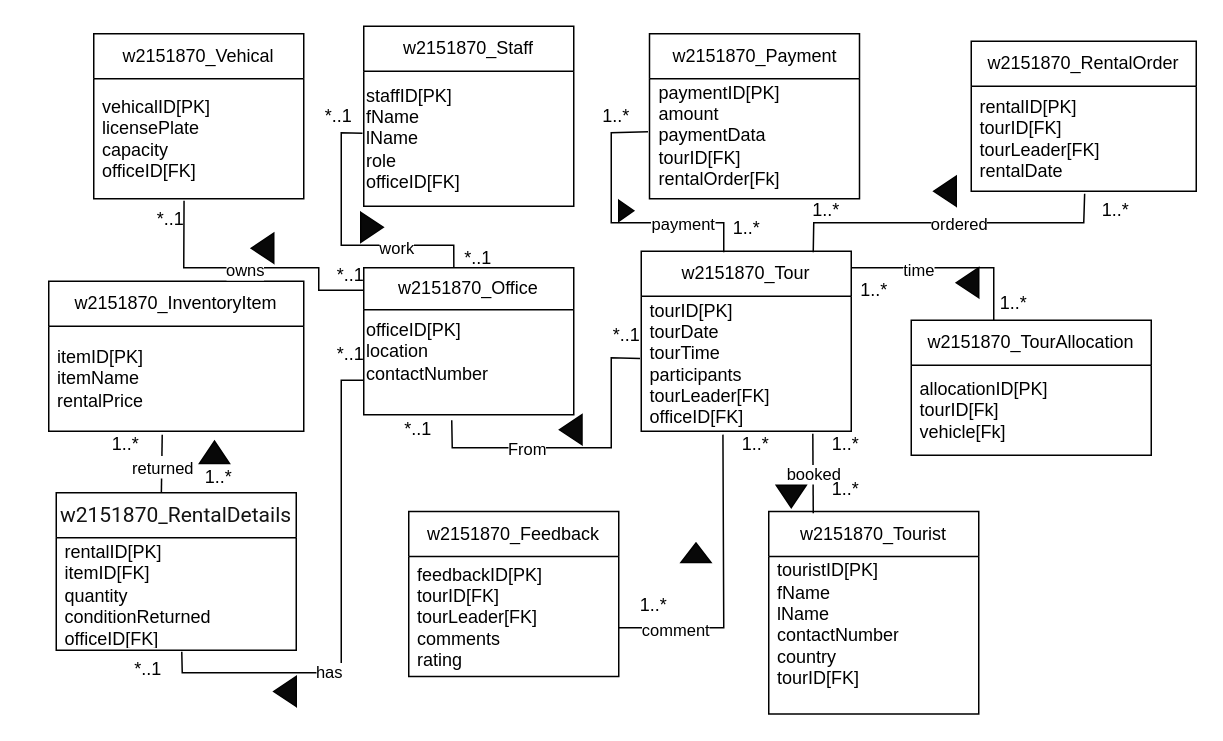
Earlier version of the draw.io diagram Untitled Diagram.drawio (Yoda200512/codes). Source tidied: cells renumbered, new cells numbered last; positions are measured from the earlier drawing's top-left corner, leaving out a move shared by most shapes. Both pictures are drawn from the tidied source at 150%, with x=0, y=0 at pixel (48, 26).
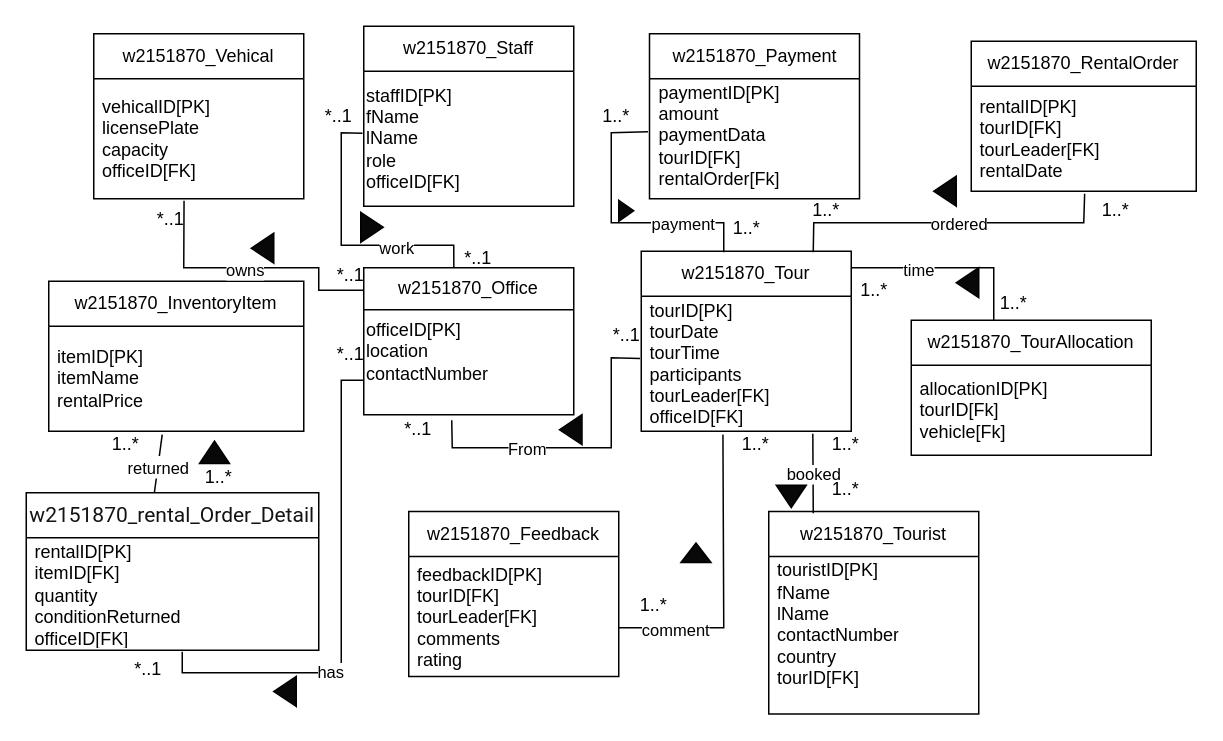
Above is the later version.

Unchanged cells that the change refers to:
```xml
<mxCell id="3" value="officeID[PK]&lt;div&gt;location&lt;/div&gt;&lt;div&gt;contactNumber&lt;/div&gt;&lt;div&gt;&lt;br&gt;&lt;/div&gt;" style="text;html=1;align=left;verticalAlign=middle;points=[];strokeColor=none;fillColor=none;" parent="2" vertex="1">
  <mxGeometry y="28" width="140" height="70" as="geometry" />
</mxCell>
```

What changed in the source:
```diff
@@
-    <mxCell id="20" value="&lt;div style=&quot;text-align: start;&quot;&gt;&lt;font face=&quot;Roboto, Arial, sans-serif&quot; color=&quot;#131313&quot;&gt;&lt;span style=&quot;font-size: 14px; text-wrap-mode: nowrap; background-color: rgb(255, 255, 255);&quot;&gt;w2151870_RentalDetails&lt;/span&gt;&lt;/font&gt;&lt;/div&gt;" style="swimlane;fontStyle=0;horizontal=1;startSize=30;whiteSpace=wrap;html=1;" parent="1" vertex="1">
-      <mxGeometry x="5" y="311" width="160" height="105" as="geometry" />
+    <mxCell id="20" value="&lt;div style=&quot;text-align: start;&quot;&gt;&lt;font face=&quot;Roboto, Arial, sans-serif&quot; color=&quot;#131313&quot;&gt;&lt;span style=&quot;font-size: 14px; text-wrap-mode: nowrap; background-color: rgb(255, 255, 255);&quot;&gt;w2151870_rental_Order_Detail&lt;/span&gt;&lt;/font&gt;&lt;/div&gt;" style="swimlane;fontStyle=0;horizontal=1;startSize=30;whiteSpace=wrap;html=1;" parent="1" vertex="1">
+      <mxGeometry x="-15" y="311" width="195" height="105" as="geometry" />
     </mxCell>
     <mxCell id="21" value="rentalID[PK]&lt;div&gt;itemID[FK]&lt;/div&gt;&lt;div&gt;quantity&lt;/div&gt;&lt;div&gt;conditionReturned&lt;/div&gt;&lt;div&gt;officeID[FK]&lt;/div&gt;" style="text;strokeColor=none;fillColor=none;align=left;verticalAlign=middle;spacingLeft=4;spacingRight=4;overflow=hidden;points=[[0,0.5],[1,0.5]];portConstraint=eastwest;whiteSpace=wrap;html=1;" parent="20" vertex="1">
-      <mxGeometry y="30" width="160" height="75" as="geometry" />
+      <mxGeometry y="30" width="195" height="75" as="geometry" />
     </mxCell>
@@
-    <mxCell id="24" style="endArrow=none;html=1;rounded=0;entryX=0;entryY=0.671;entryDx=0;entryDy=0;entryPerimeter=0;exitX=0.523;exitY=1.013;exitDx=0;exitDy=0;exitPerimeter=0;" parent="1" edge="1" source="21" target="3">
+    <mxCell id="24" style="endArrow=none;html=1;rounded=0;entryX=0;entryY=0.671;entryDx=0;entryDy=0;entryPerimeter=0;" parent="1" edge="1" target="3">
       <mxGeometry relative="1" as="geometry">
+        <mxPoint x="89" y="417" as="sourcePoint" />
         <Array as="points">
           <mxPoint x="89" y="431" />
           <mxPoint x="195" y="431" />
           <mxPoint x="195" y="296" />
           <mxPoint x="195" y="236" />
         </Array>
       </mxGeometry>
     </mxCell>
```
